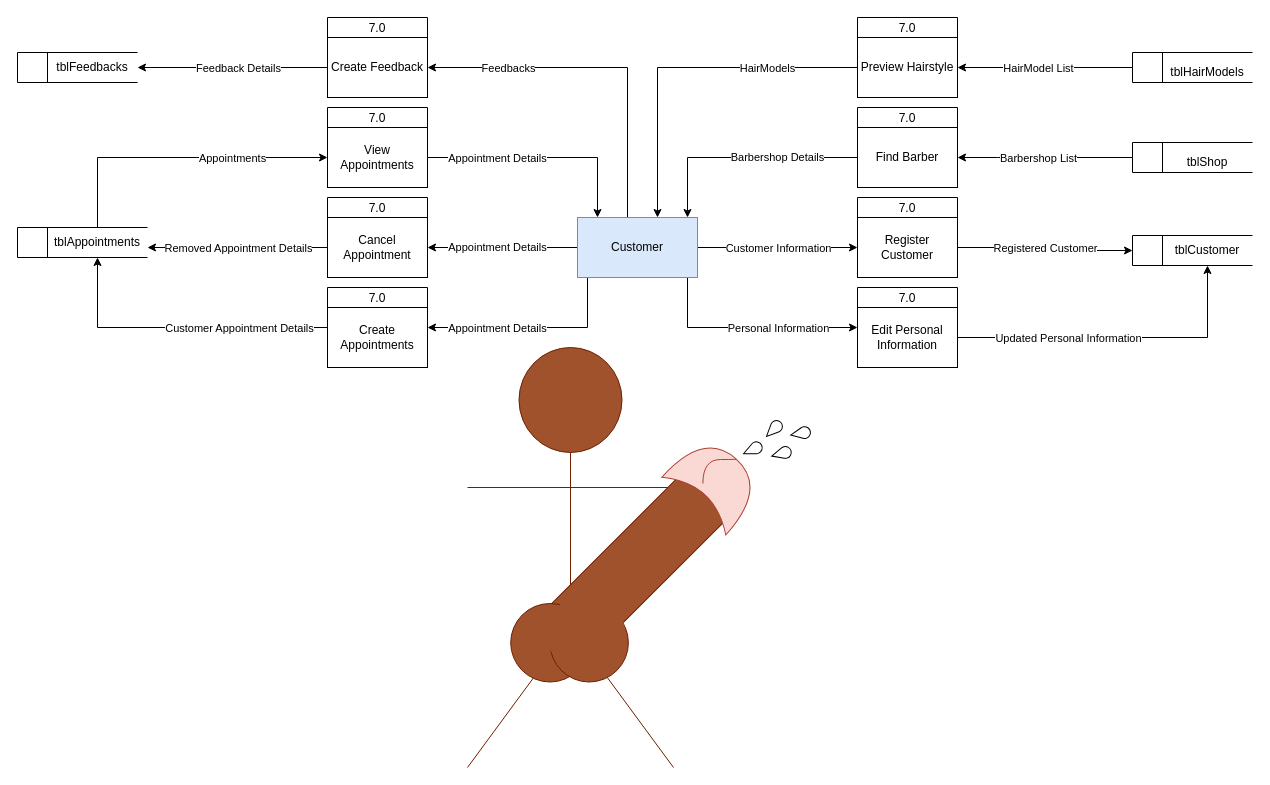
Before: page "Customer" (4 of 5) of Diagrams/Data flow.drawio in iampotato16/AppointCut, a draw.io diagram. Source tidied: cells renumbered, new cells numbered last; positions are measured from the earlier drawing's top-left corner, leaving out a move shared by most shapes. Both pictures are drawn from the tidied source at 100%, with x=0, y=0 at pixel (17, 17).
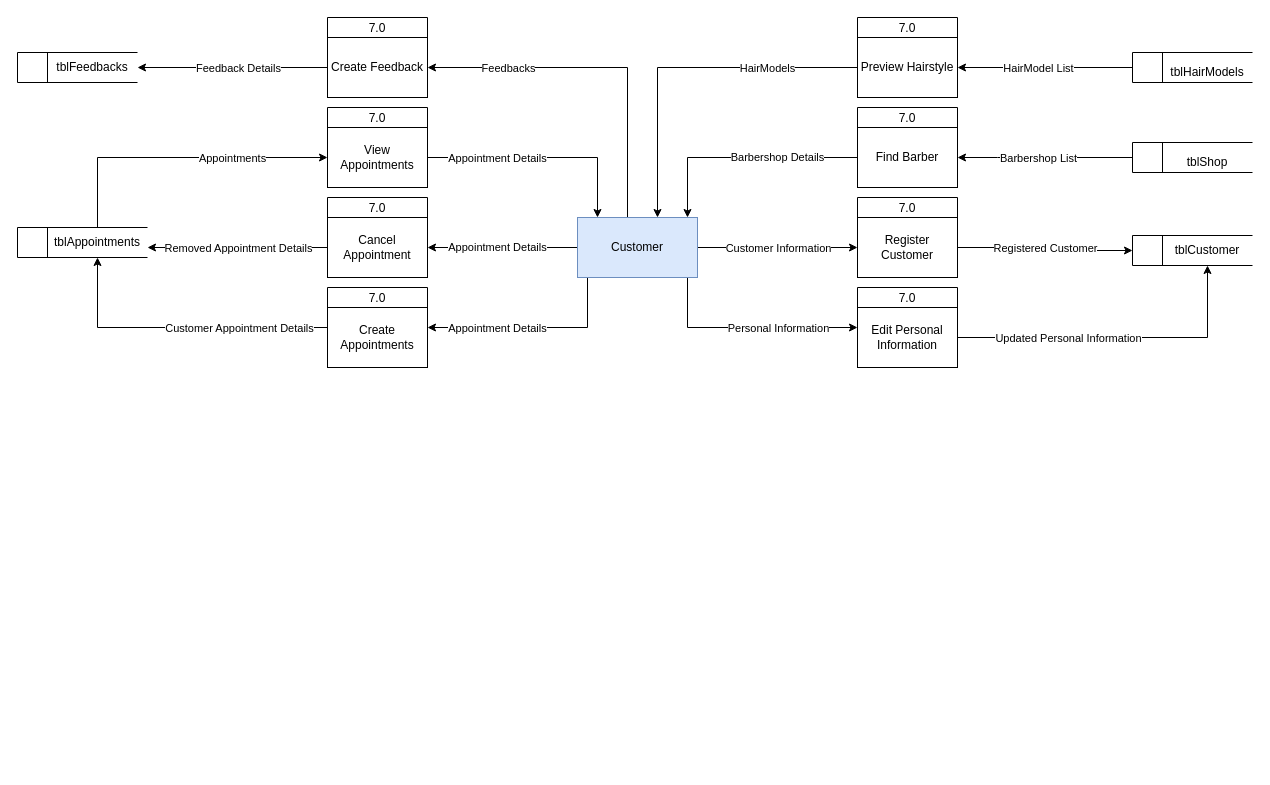
After the change.

The edit, as a diff of the source:
```diff
@@
-    <mxCell id="63" style="group;" parent="1" vertex="1">
-      <mxGeometry x="450" y="330" width="343.6" height="420" as="geometry" />
-    </mxCell>
-    <mxCell id="64" style="group;" parent="63" vertex="1">
-      <mxGeometry width="300.2" height="420" as="geometry" />
-    </mxCell>
-    <mxCell id="65" style="shape=umlActor;verticalLabelPosition=bottom;verticalAlign=top;html=1;fillColor=#a0522d;strokeColor=#6D1F00;fontColor=#ffffff;" parent="64" vertex="1">
-      <mxGeometry width="206" height="420" as="geometry" />
-    </mxCell>
-    <mxCell id="66" style="rounded=1;whiteSpace=wrap;html=1;rotation=-45;fillColor=#a0522d;strokeColor=#6D1F00;fontColor=#ffffff;" parent="64" vertex="1">
-      <mxGeometry x="48.7" y="189.6" width="230.5" height="64" as="geometry" />
-    </mxCell>
-    <mxCell id="67" style="ellipse;whiteSpace=wrap;html=1;fillColor=#a0522d;strokeColor=#6D1F00;fontColor=#ffffff;" parent="64" vertex="1">
-      <mxGeometry x="43.2" y="256" width="78.5" height="78.5" as="geometry" />
-    </mxCell>
-    <mxCell id="68" style="ellipse;whiteSpace=wrap;html=1;fillColor=#a0522d;strokeColor=#6D1F00;fontColor=#ffffff;" parent="64" vertex="1">
-      <mxGeometry x="82.4" y="256" width="78.5" height="78.5" as="geometry" />
-    </mxCell>
-    <mxCell id="69" style="ellipse;whiteSpace=wrap;html=1;strokeColor=none;fillColor=#a0522d;fontColor=#ffffff;" parent="64" vertex="1">
-      <mxGeometry x="78.5" y="248" width="79.5" height="76" as="geometry" />
-    </mxCell>
-    <mxCell id="70" style="shape=xor;whiteSpace=wrap;html=1;rotation=312;fillColor=#fad9d5;strokeColor=#ae4132;" parent="64" vertex="1">
-      <mxGeometry x="215.8" y="92" width="63.4" height="86.2" as="geometry" />
-    </mxCell>
-    <mxCell id="71" style="curved=1;endArrow=none;html=1;rounded=0;edgeStyle=orthogonalEdgeStyle;endFill=0;entryX=1;entryY=0.5;entryDx=0;entryDy=0;entryPerimeter=0;fillColor=#fad9d5;strokeColor=#ae4132;" parent="64" edge="1" target="70">
-      <mxGeometry relative="1" as="geometry">
-        <mxPoint x="235.4" y="136" as="sourcePoint" />
-        <Array as="points">
-          <mxPoint x="235.4" y="112" />
-          <mxPoint x="270.8" y="112" />
-        </Array>
-      </mxGeometry>
-    </mxCell>
-    <mxCell id="72" style="verticalLabelPosition=bottom;verticalAlign=top;html=1;shape=mxgraph.basic.drop;rotation=-115;" parent="64" vertex="1">
-      <mxGeometry x="279.2" y="92" width="11.8" height="20" as="geometry" />
-    </mxCell>
-    <mxCell id="73" style="verticalLabelPosition=bottom;verticalAlign=top;html=1;shape=mxgraph.basic.drop;rotation=-100;" parent="63" vertex="1">
-      <mxGeometry x="327.1" y="75.8" width="11.8" height="20" as="geometry" />
-    </mxCell>
-    <mxCell id="74" style="verticalLabelPosition=bottom;verticalAlign=top;html=1;shape=mxgraph.basic.drop;rotation=-135;" parent="63" vertex="1">
-      <mxGeometry x="300.2" y="71.8" width="11.8" height="20" as="geometry" />
-    </mxCell>
-    <mxCell id="75" style="verticalLabelPosition=bottom;verticalAlign=top;html=1;shape=mxgraph.basic.drop;rotation=-105;" parent="63" vertex="1">
-      <mxGeometry x="308" y="96" width="11.8" height="20" as="geometry" />
-    </mxCell>
```
